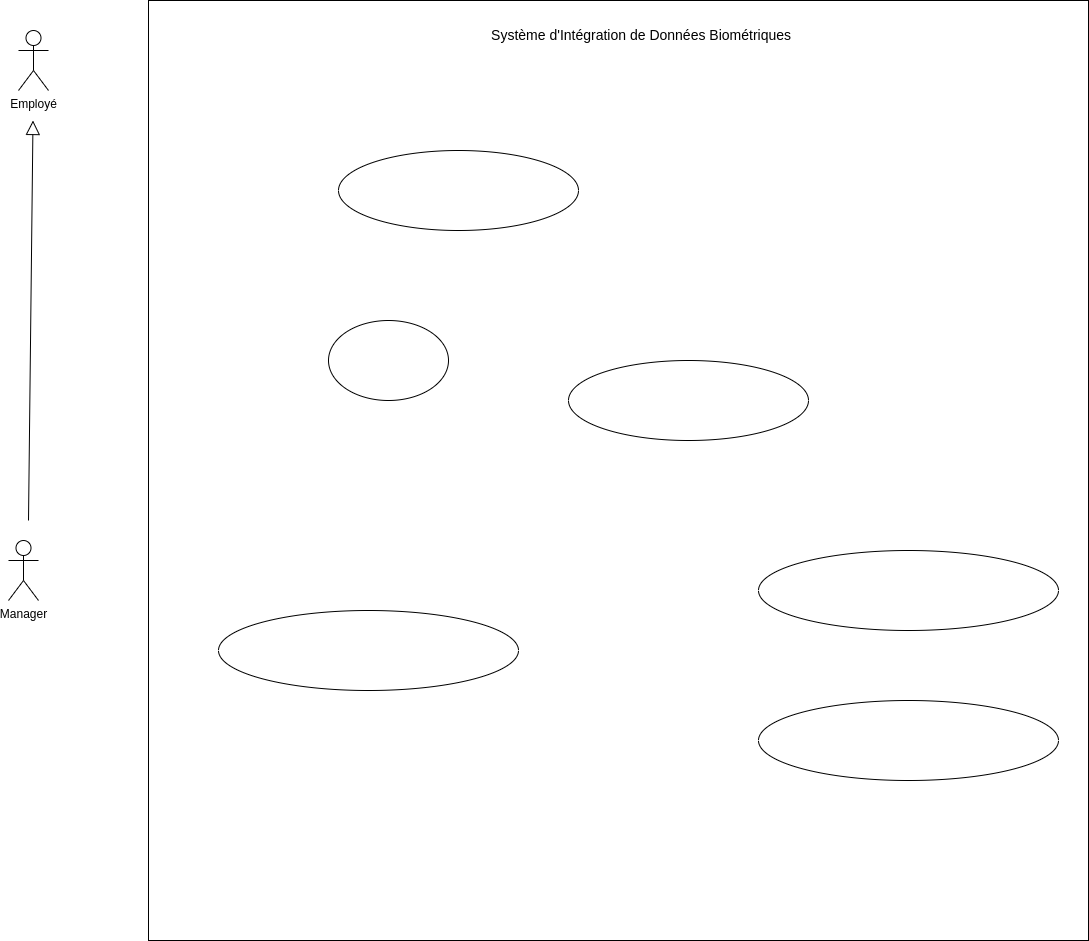
Above: static/Diagramme de cas d'utilisation.drawio.png in Siluearsene/borne_biometrique (draw.io), before the change. Source tidied: cells renumbered, new cells last; positions are measured from the earlier drawing's top-left corner, leaving out a move shared by most shapes. Its diagram source:
```xml
<mxGraphModel>
  <root>
    <mxCell id="0" />
    <mxCell id="1" parent="0" />
    <mxCell id="2" value="Employé" style="shape=umlActor;verticalLabelPosition=bottom;verticalAlign=top;html=1;" parent="1" vertex="1">
      <mxGeometry x="10" y="30" width="30" height="60" as="geometry" />
    </mxCell>
    <mxCell id="3" value="Manager" style="shape=umlActor;verticalLabelPosition=bottom;verticalAlign=top;html=1;" parent="1" vertex="1">
      <mxGeometry y="540" width="30" height="60" as="geometry" />
    </mxCell>
    <mxCell id="4" style="endArrow=block;endFill=0;endSize=12;html=1;rounded=0;" parent="1" edge="1">
      <mxGeometry relative="1" as="geometry">
        <mxPoint x="20" y="520" as="sourcePoint" />
        <mxPoint x="24.5" y="120" as="targetPoint" />
      </mxGeometry>
    </mxCell>
    <mxCell id="5" style="whiteSpace=wrap;html=1;" parent="1" vertex="1">
      <mxGeometry x="140" width="940" height="940" as="geometry" />
    </mxCell>
    <mxCell id="6" value="&lt;font style=&quot;font-size: 14px;&quot;&gt;Système d'Intégration de Données Biométriques&amp;nbsp;&lt;/font&gt;" style="text;html=1;strokeColor=none;fillColor=none;align=center;verticalAlign=middle;whiteSpace=wrap;rounded=0;" parent="1" vertex="1">
      <mxGeometry x="400" y="20" width="470" height="30" as="geometry" />
    </mxCell>
    <mxCell id="7" style="ellipse;whiteSpace=wrap;html=1;" parent="1" vertex="1">
      <mxGeometry x="330" y="150" width="240" height="80" as="geometry" />
    </mxCell>
    <mxCell id="8" style="ellipse;whiteSpace=wrap;html=1;" parent="1" vertex="1">
      <mxGeometry x="560" y="360" width="240" height="80" as="geometry" />
    </mxCell>
    <mxCell id="9" style="ellipse;whiteSpace=wrap;html=1;" parent="1" vertex="1">
      <mxGeometry x="320" y="320" width="120" height="80" as="geometry" />
    </mxCell>
    <mxCell id="10" style="ellipse;whiteSpace=wrap;html=1;" parent="1" vertex="1">
      <mxGeometry x="750" y="550" width="300" height="80" as="geometry" />
    </mxCell>
    <mxCell id="11" style="ellipse;whiteSpace=wrap;html=1;" parent="1" vertex="1">
      <mxGeometry x="210" y="610" width="300" height="80" as="geometry" />
    </mxCell>
    <mxCell id="12" style="ellipse;whiteSpace=wrap;html=1;" parent="1" vertex="1">
      <mxGeometry x="750" y="700" width="300" height="80" as="geometry" />
    </mxCell>
  </root>
</mxGraphModel>
```
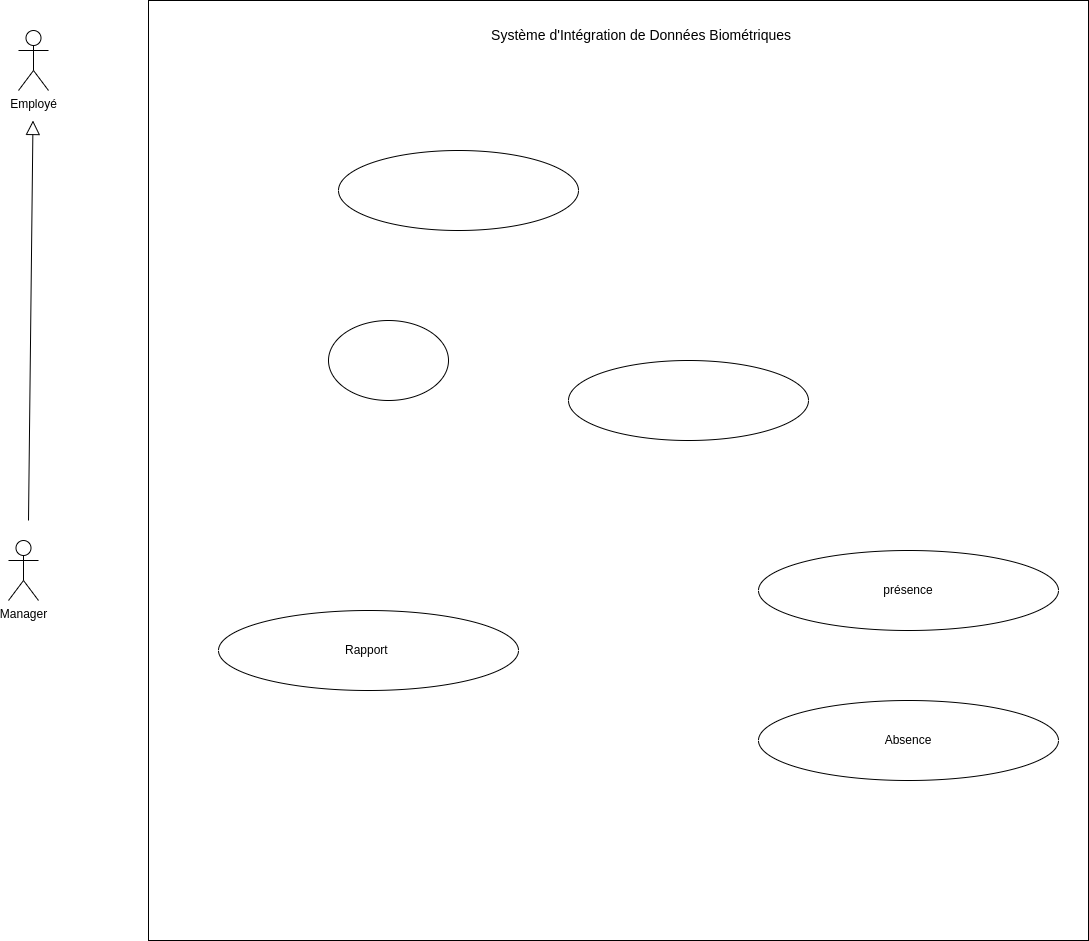
The same diagram one commit later.

Commit message:
Mettre à jour Diagramme de cas d'utilisation.drawio.png

What changed in the source:
```diff
@@ -29,13 +29,13 @@
     <mxCell id="9" style="ellipse;whiteSpace=wrap;html=1;" parent="1" vertex="1">
       <mxGeometry x="320" y="320" width="120" height="80" as="geometry" />
     </mxCell>
-    <mxCell id="10" style="ellipse;whiteSpace=wrap;html=1;" parent="1" vertex="1">
+    <mxCell id="10" value="présence" style="ellipse;whiteSpace=wrap;html=1;" parent="1" vertex="1">
       <mxGeometry x="750" y="550" width="300" height="80" as="geometry" />
     </mxCell>
-    <mxCell id="11" style="ellipse;whiteSpace=wrap;html=1;" parent="1" vertex="1">
+    <mxCell id="11" value="Rapport&amp;nbsp;" style="ellipse;whiteSpace=wrap;html=1;" parent="1" vertex="1">
       <mxGeometry x="210" y="610" width="300" height="80" as="geometry" />
     </mxCell>
-    <mxCell id="12" style="ellipse;whiteSpace=wrap;html=1;" parent="1" vertex="1">
+    <mxCell id="12" value="Absence" style="ellipse;whiteSpace=wrap;html=1;" parent="1" vertex="1">
       <mxGeometry x="750" y="700" width="300" height="80" as="geometry" />
     </mxCell>
   </root>
```
